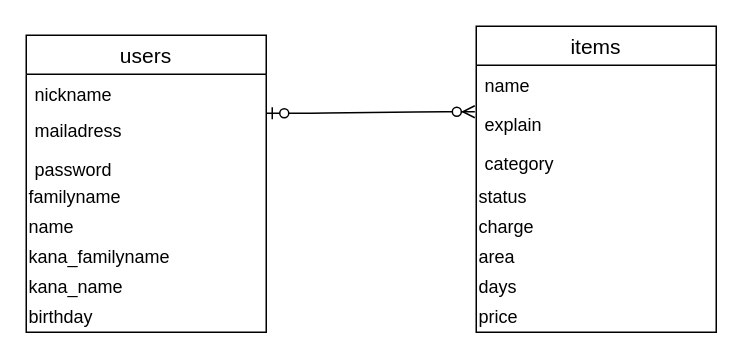
Above: furima.dio in Kefujimoto/furima--user_id- (draw.io), before the change. Source tidied: cells renumbered, new cells numbered last; positions are measured from the earlier drawing's top-left corner, leaving out a move shared by most shapes. Both pictures are drawn from the tidied source at 150%, with x=0, y=0 at pixel (26, 26).
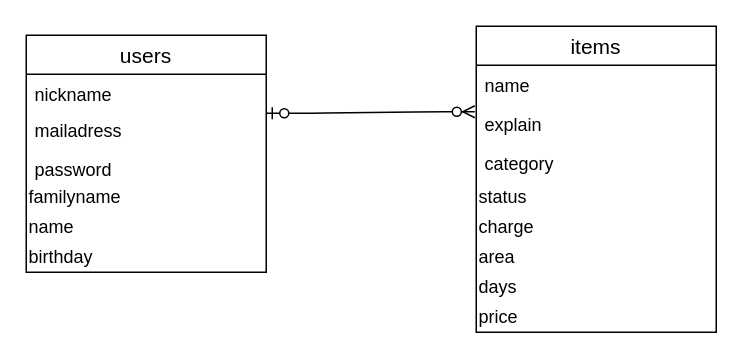
The same diagram, later.

Commit message (it also covers changes not shown here):
テーブル設計a

Diff of the diagram source:
```diff
@@
     <mxCell id="2" value="users" style="swimlane;fontStyle=0;horizontal=1;startSize=26;align=center;fontSize=14;" parent="1" vertex="1">
-      <mxGeometry y="6" width="160" height="198" as="geometry" />
+      <mxGeometry y="6" width="160" height="158" as="geometry" />
     </mxCell>
@@
-    <mxCell id="8" value="kana_familyname" style="text;html=1;align=left;verticalAlign=middle;" parent="2" vertex="1">
-      <mxGeometry y="138" width="160" height="20" as="geometry" />
-    </mxCell>
-    <mxCell id="9" value="kana_name" style="text;html=1;align=left;verticalAlign=middle;" parent="2" vertex="1">
-      <mxGeometry y="158" width="160" height="20" as="geometry" />
-    </mxCell>
     <mxCell id="10" value="birthday" style="text;html=1;align=left;verticalAlign=middle;" parent="2" vertex="1">
-      <mxGeometry y="178" width="160" height="20" as="geometry" />
+      <mxGeometry y="138" width="160" height="20" as="geometry" />
     </mxCell>
```
